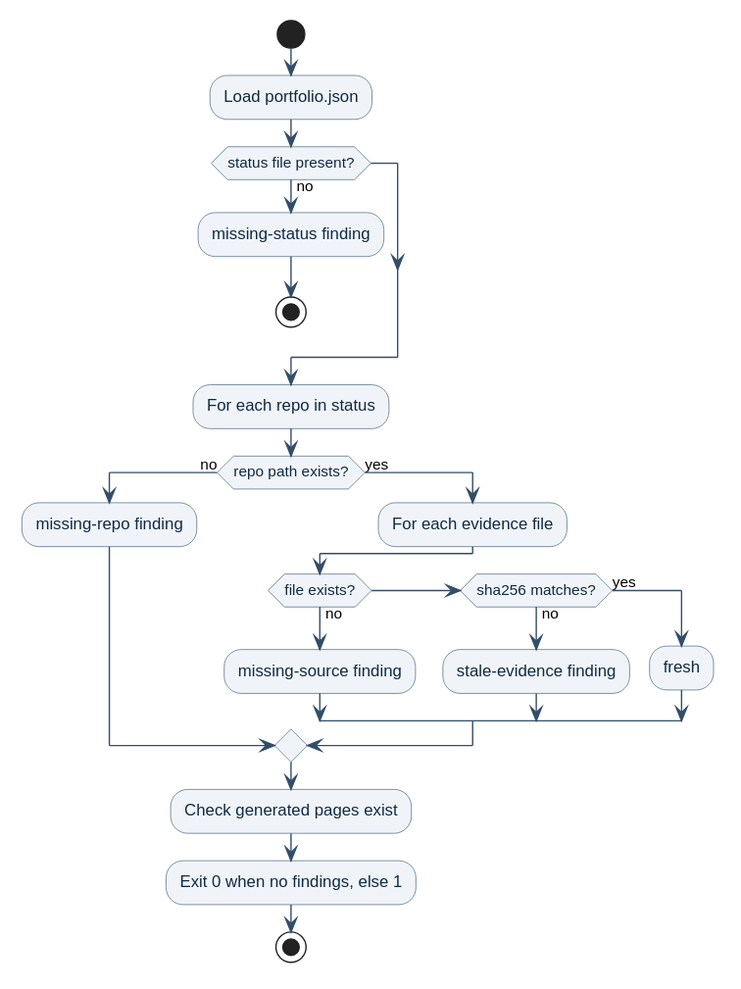
Before: docs/specs/diagrams/01a103e77d0e706f/portfolio-verify.svg, a diagram exported from PlantUML (brunobrise/xfeat). Its diagram source:
```plantuml
@startuml
skinparam backgroundColor #FFFFFF
skinparam shadowing false
skinparam defaultFontName Helvetica
skinparam activity {
  BorderColor #486581
  FontColor #102A43
  BackgroundColor #F0F4F8
}
skinparam arrowColor #334E68

start
:Load portfolio.json;
if (status file present?) then (no)
  :missing-status finding;
  stop
endif
:For each repo in status;
if (repo path exists?) then (no)
  :missing-repo finding;
else (yes)
  :For each evidence file;
  if (file exists?) then (no)
    :missing-source finding;
  elseif (sha256 matches?) then (no)
    :stale-evidence finding;
  else (yes)
    :fresh;
  endif
endif
:Check generated pages exist;
:Exit 0 when no findings, else 1;
stop
@enduml
```
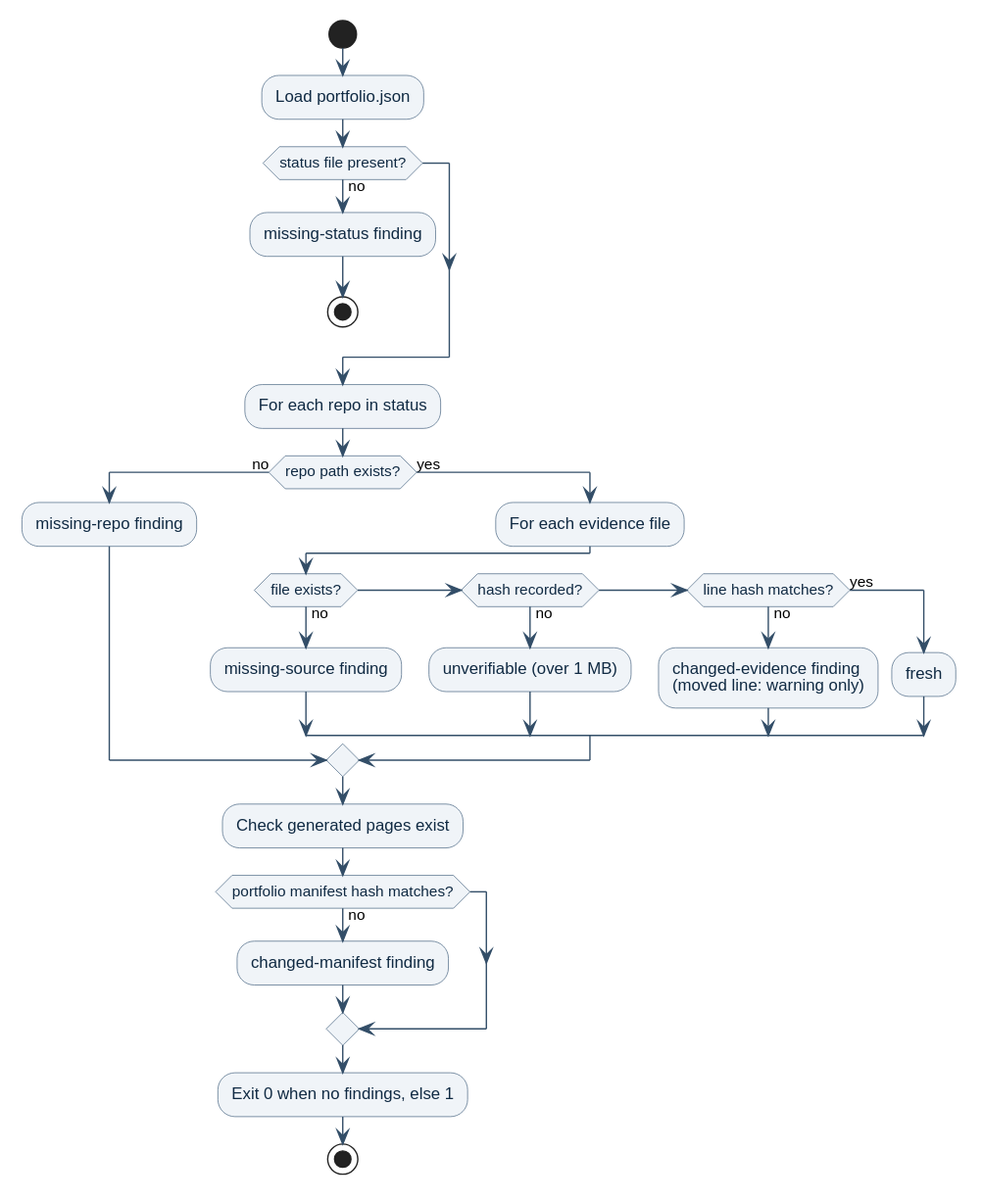
The same diagram one commit later.

Commit message:
docs: record portfolio pre-merge review fixes

Diff of the diagram source:
```diff
@@ -22,13 +22,18 @@
   :For each evidence file;
   if (file exists?) then (no)
     :missing-source finding;
-  elseif (sha256 matches?) then (no)
-    :stale-evidence finding;
+  elseif (hash recorded?) then (no)
+    :unverifiable (over 1 MB);
+  elseif (line hash matches?) then (no)
+    :changed-evidence finding\n(moved line: warning only);
   else (yes)
     :fresh;
   endif
 endif
 :Check generated pages exist;
+if (portfolio manifest hash matches?) then (no)
+  :changed-manifest finding;
+endif
 :Exit 0 when no findings, else 1;
 stop
 @enduml
```
